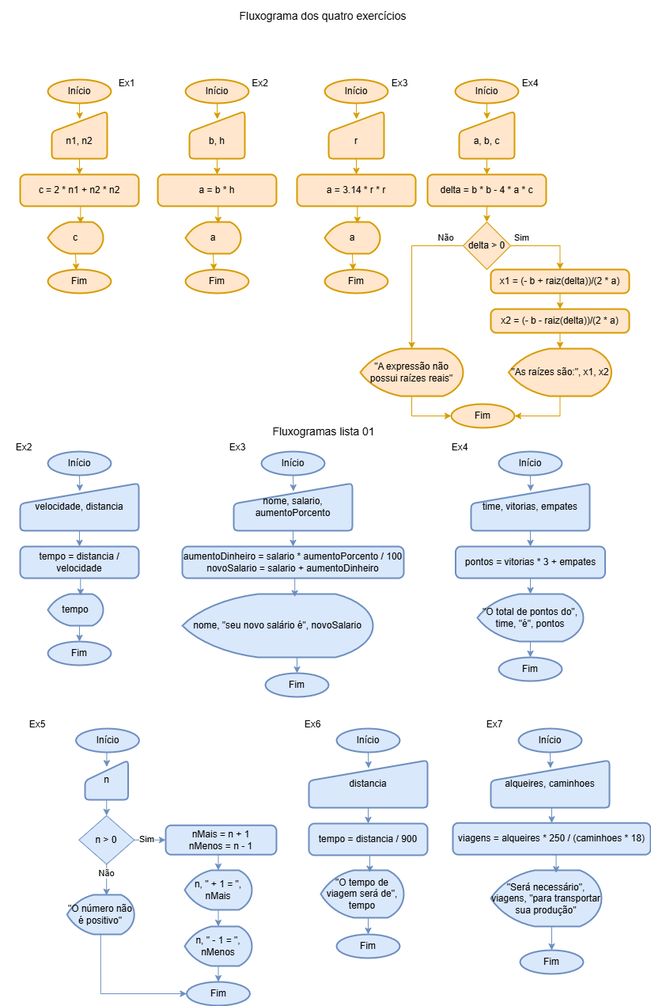
This is ds/turmas/1DES_A/LOP/aula03/fluxogramas.png from wellifabio/senai2026, a draw.io export, as it was before one commit. Source tidied: cells renumbered, new cells last; positions are measured from the earlier drawing's top-left corner, leaving out a move shared by most shapes.
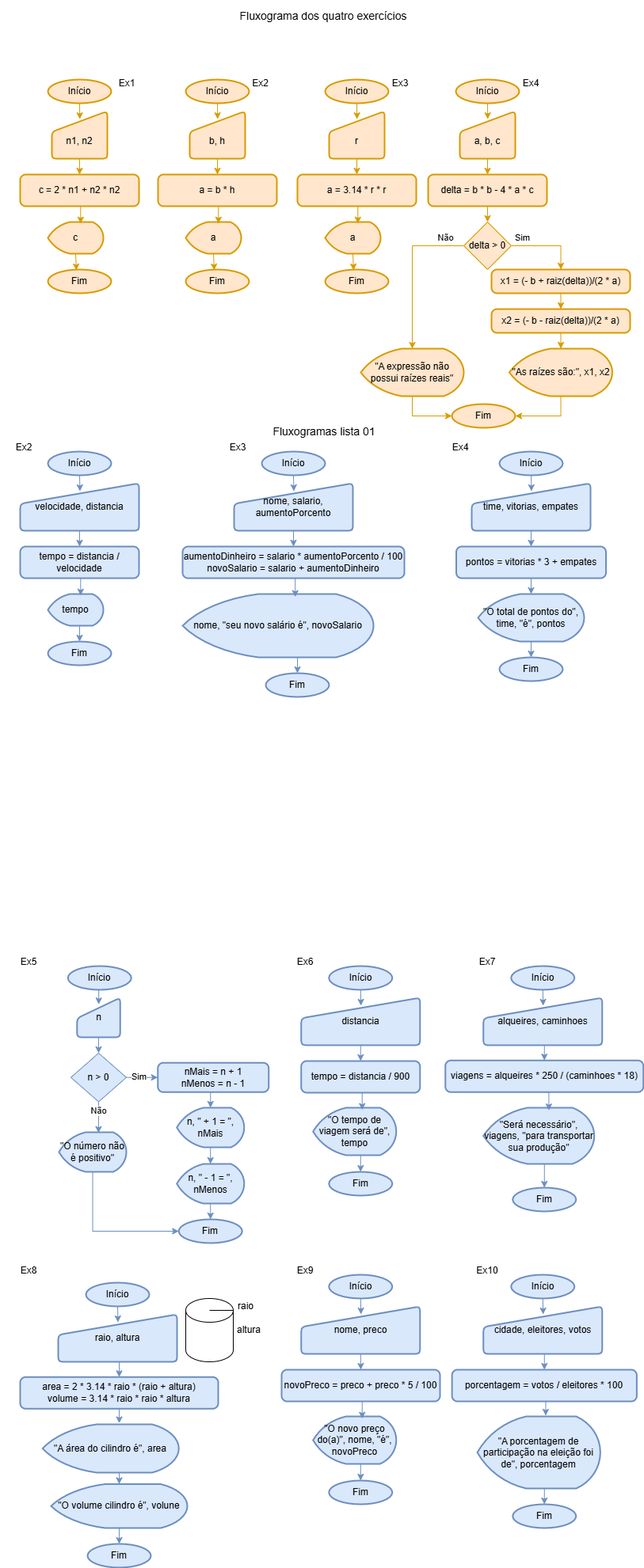
After the change.

Change to the diagram source:
```diff
@@ -248,3 +248,3 @@
     <mxCell id="83" value="Início" style="strokeWidth=2;html=1;shape=mxgraph.flowchart.start_1;whiteSpace=wrap;fillColor=#dae8fc;strokeColor=#6c8ebf;" parent="1" vertex="1">
-      <mxGeometry x="95.5" y="920" width="80" height="30" as="geometry" />
+      <mxGeometry x="85.2" y="1220" width="80" height="30" as="geometry" />
     </mxCell>
@@ -254,12 +254,12 @@
     <mxCell id="85" value="&lt;div&gt;n&lt;/div&gt;" style="html=1;strokeWidth=2;shape=manualInput;whiteSpace=wrap;rounded=1;size=26;arcSize=11;fillColor=#dae8fc;strokeColor=#6c8ebf;" parent="1" vertex="1">
-      <mxGeometry x="107" y="960" width="54.5" height="50" as="geometry" />
+      <mxGeometry x="96.8" y="1260" width="54.5" height="50" as="geometry" />
     </mxCell>
     <mxCell id="86" value="nMais = n + 1&lt;div&gt;nMenos = n - 1&lt;/div&gt;" style="rounded=1;whiteSpace=wrap;html=1;absoluteArcSize=1;arcSize=14;strokeWidth=2;fillColor=#dae8fc;strokeColor=#6c8ebf;" parent="1" vertex="1">
-      <mxGeometry x="209" y="1042.2" width="140" height="37" as="geometry" />
+      <mxGeometry x="198.8" y="1342.2" width="140" height="37" as="geometry" />
     </mxCell>
     <mxCell id="87" value="n, &quot; + 1 = &quot;, nMais" style="strokeWidth=2;html=1;shape=mxgraph.flowchart.display;whiteSpace=wrap;fillColor=#dae8fc;strokeColor=#6c8ebf;" parent="1" vertex="1">
-      <mxGeometry x="233" y="1099" width="85" height="50" as="geometry" />
+      <mxGeometry x="222.8" y="1399" width="85" height="50" as="geometry" />
     </mxCell>
     <mxCell id="88" value="Fim" style="strokeWidth=2;html=1;shape=mxgraph.flowchart.start_1;whiteSpace=wrap;fillColor=#dae8fc;strokeColor=#6c8ebf;" parent="1" vertex="1">
-      <mxGeometry x="235.5" y="1240" width="80" height="30" as="geometry" />
+      <mxGeometry x="225.2" y="1540" width="80" height="30" as="geometry" />
     </mxCell>
@@ -275,3 +275,3 @@
     <mxCell id="92" value="Ex5" style="text;html=1;whiteSpace=wrap;align=center;verticalAlign=middle;rounded=0;" parent="1" vertex="1">
-      <mxGeometry x="16.5" y="900" width="60" height="30" as="geometry" />
+      <mxGeometry x="6.2" y="1200" width="60" height="30" as="geometry" />
     </mxCell>
@@ -280,4 +280,4 @@
         <Array as="points">
-          <mxPoint x="175" y="1060" />
-          <mxPoint x="175" y="1060" />
+          <mxPoint x="164.8" y="1360" />
+          <mxPoint x="164.8" y="1360" />
         </Array>
@@ -286,6 +286,6 @@
     <mxCell id="94" value="n &amp;gt; 0" style="rhombus;whiteSpace=wrap;html=1;fillColor=#dae8fc;strokeColor=#6c8ebf;" parent="1" vertex="1">
-      <mxGeometry x="99.2" y="1030" width="70" height="61.5" as="geometry" />
+      <mxGeometry x="89" y="1330" width="70" height="61.5" as="geometry" />
     </mxCell>
     <mxCell id="95" value="n, &quot; - 1 = &quot;, nMenos" style="strokeWidth=2;html=1;shape=mxgraph.flowchart.display;whiteSpace=wrap;fillColor=#dae8fc;strokeColor=#6c8ebf;" parent="1" vertex="1">
-      <mxGeometry x="233" y="1170" width="85" height="50" as="geometry" />
+      <mxGeometry x="222.8" y="1470" width="85" height="50" as="geometry" />
     </mxCell>
@@ -295,3 +295,3 @@
     <mxCell id="97" value="&quot;O número não é positivo&quot;" style="strokeWidth=2;html=1;shape=mxgraph.flowchart.display;whiteSpace=wrap;fillColor=#dae8fc;strokeColor=#6c8ebf;" parent="1" vertex="1">
-      <mxGeometry x="84.2" y="1130" width="85" height="50" as="geometry" />
+      <mxGeometry x="74" y="1430" width="85" height="50" as="geometry" />
     </mxCell>
@@ -300,4 +300,4 @@
         <Array as="points">
-          <mxPoint x="135" y="1100" />
-          <mxPoint x="135" y="1100" />
+          <mxPoint x="124.8" y="1400" />
+          <mxPoint x="124.8" y="1400" />
         </Array>
@@ -309,3 +309,3 @@
     <mxCell id="100" value="Início" style="strokeWidth=2;html=1;shape=mxgraph.flowchart.start_1;whiteSpace=wrap;fillColor=#dae8fc;strokeColor=#6c8ebf;" parent="1" vertex="1">
-      <mxGeometry x="425" y="920" width="80" height="30" as="geometry" />
+      <mxGeometry x="414.8" y="1220" width="80" height="30" as="geometry" />
     </mxCell>
@@ -315,12 +315,12 @@
     <mxCell id="102" value="&lt;div&gt;distancia&lt;/div&gt;" style="html=1;strokeWidth=2;shape=manualInput;whiteSpace=wrap;rounded=1;size=26;arcSize=11;fillColor=#dae8fc;strokeColor=#6c8ebf;" parent="1" vertex="1">
-      <mxGeometry x="390" y="960" width="150" height="60" as="geometry" />
+      <mxGeometry x="379.8" y="1260" width="150" height="60" as="geometry" />
     </mxCell>
     <mxCell id="103" value="tempo = distancia / 900" style="rounded=1;whiteSpace=wrap;html=1;absoluteArcSize=1;arcSize=14;strokeWidth=2;fillColor=#dae8fc;strokeColor=#6c8ebf;" parent="1" vertex="1">
-      <mxGeometry x="390" y="1040" width="150" height="40" as="geometry" />
+      <mxGeometry x="379.8" y="1340" width="150" height="40" as="geometry" />
     </mxCell>
     <mxCell id="104" value="&quot;O tempo de viagem será de&quot;, tempo" style="strokeWidth=2;html=1;shape=mxgraph.flowchart.display;whiteSpace=wrap;fillColor=#dae8fc;strokeColor=#6c8ebf;" parent="1" vertex="1">
-      <mxGeometry x="405" y="1099" width="105" height="60" as="geometry" />
+      <mxGeometry x="394.8" y="1399" width="105" height="60" as="geometry" />
     </mxCell>
     <mxCell id="105" value="Fim" style="strokeWidth=2;html=1;shape=mxgraph.flowchart.start_1;whiteSpace=wrap;fillColor=#dae8fc;strokeColor=#6c8ebf;" parent="1" vertex="1">
-      <mxGeometry x="425" y="1180" width="80" height="30" as="geometry" />
+      <mxGeometry x="414.8" y="1480" width="80" height="30" as="geometry" />
     </mxCell>
@@ -336,6 +336,6 @@
     <mxCell id="109" value="Ex6" style="text;html=1;whiteSpace=wrap;align=center;verticalAlign=middle;rounded=0;" parent="1" vertex="1">
-      <mxGeometry x="365" y="900" width="60" height="30" as="geometry" />
+      <mxGeometry x="354.8" y="1200" width="60" height="30" as="geometry" />
     </mxCell>
     <mxCell id="110" value="Início" style="strokeWidth=2;html=1;shape=mxgraph.flowchart.start_1;whiteSpace=wrap;fillColor=#dae8fc;strokeColor=#6c8ebf;" parent="1" vertex="1">
-      <mxGeometry x="655" y="920" width="80" height="30" as="geometry" />
+      <mxGeometry x="644.8" y="1220" width="80" height="30" as="geometry" />
     </mxCell>
@@ -345,12 +345,12 @@
     <mxCell id="112" value="&lt;div&gt;alqueires, caminhoes&lt;/div&gt;" style="html=1;strokeWidth=2;shape=manualInput;whiteSpace=wrap;rounded=1;size=26;arcSize=11;fillColor=#dae8fc;strokeColor=#6c8ebf;" parent="1" vertex="1">
-      <mxGeometry x="620" y="960" width="150" height="60" as="geometry" />
+      <mxGeometry x="609.8" y="1260" width="150" height="60" as="geometry" />
     </mxCell>
     <mxCell id="113" value="viagens = alqueires * 250 / (caminhoes * 18)" style="rounded=1;whiteSpace=wrap;html=1;absoluteArcSize=1;arcSize=14;strokeWidth=2;fillColor=#dae8fc;strokeColor=#6c8ebf;" parent="1" vertex="1">
-      <mxGeometry x="572" y="1039.3" width="250" height="40" as="geometry" />
+      <mxGeometry x="561.8" y="1339.3" width="250" height="40" as="geometry" />
     </mxCell>
     <mxCell id="114" value="&quot;Será necessário&quot;, viagens, &quot;para transportar sua produção&quot;" style="strokeWidth=2;html=1;shape=mxgraph.flowchart.display;whiteSpace=wrap;fillColor=#dae8fc;strokeColor=#6c8ebf;" parent="1" vertex="1">
-      <mxGeometry x="620" y="1099" width="140" height="71" as="geometry" />
+      <mxGeometry x="609.8" y="1399" width="140" height="71" as="geometry" />
     </mxCell>
     <mxCell id="115" value="Fim" style="strokeWidth=2;html=1;shape=mxgraph.flowchart.start_1;whiteSpace=wrap;fillColor=#dae8fc;strokeColor=#6c8ebf;" parent="1" vertex="1">
-      <mxGeometry x="657" y="1200" width="80" height="30" as="geometry" />
+      <mxGeometry x="646.8" y="1500" width="80" height="30" as="geometry" />
     </mxCell>
@@ -366,4 +366,114 @@
     <mxCell id="119" value="Ex7" style="text;html=1;whiteSpace=wrap;align=center;verticalAlign=middle;rounded=0;" parent="1" vertex="1">
-      <mxGeometry x="595" y="900" width="60" height="30" as="geometry" />
+      <mxGeometry x="584.8" y="1200" width="60" height="30" as="geometry" />
     </mxCell>
+    <mxCell id="120" value="Ex8" style="text;html=1;whiteSpace=wrap;align=center;verticalAlign=middle;rounded=0;" parent="1" vertex="1">
+      <mxGeometry x="6.2" y="1590" width="60" height="30" as="geometry" />
+    </mxCell>
+    <mxCell id="121" value="Início" style="strokeWidth=2;html=1;shape=mxgraph.flowchart.start_1;whiteSpace=wrap;fillColor=#dae8fc;strokeColor=#6c8ebf;" parent="1" vertex="1">
+      <mxGeometry x="414.8" y="1610" width="80" height="30" as="geometry" />
+    </mxCell>
+    <mxCell id="122" style="edgeStyle=orthogonalEdgeStyle;rounded=0;jettySize=auto;html=1;exitX=0.5;exitY=1;exitDx=0;exitDy=0;entryX=0.5;entryY=0;entryDx=0;entryDy=0;fillColor=#dae8fc;strokeColor=#6c8ebf;" parent="1" edge="1" source="123" target="124">
+      <mxGeometry relative="1" as="geometry" />
+    </mxCell>
+    <mxCell id="123" value="&lt;div&gt;nome, preco&lt;/div&gt;" style="html=1;strokeWidth=2;shape=manualInput;whiteSpace=wrap;rounded=1;size=26;arcSize=11;fillColor=#dae8fc;strokeColor=#6c8ebf;" parent="1" vertex="1">
+      <mxGeometry x="379.8" y="1650" width="150" height="60" as="geometry" />
+    </mxCell>
+    <mxCell id="124" value="novoPreco = preco + preco * 5 / 100" style="rounded=1;whiteSpace=wrap;html=1;absoluteArcSize=1;arcSize=14;strokeWidth=2;fillColor=#dae8fc;strokeColor=#6c8ebf;" parent="1" vertex="1">
+      <mxGeometry x="355" y="1730" width="200" height="40" as="geometry" />
+    </mxCell>
+    <mxCell id="125" value="&quot;O novo preço do(a)&quot;, nome, &quot;é&quot;, novoPreco" style="strokeWidth=2;html=1;shape=mxgraph.flowchart.display;whiteSpace=wrap;fillColor=#dae8fc;strokeColor=#6c8ebf;" parent="1" vertex="1">
+      <mxGeometry x="394.8" y="1789" width="105" height="60" as="geometry" />
+    </mxCell>
+    <mxCell id="126" value="Fim" style="strokeWidth=2;html=1;shape=mxgraph.flowchart.start_1;whiteSpace=wrap;fillColor=#dae8fc;strokeColor=#6c8ebf;" parent="1" vertex="1">
+      <mxGeometry x="414.8" y="1870" width="80" height="30" as="geometry" />
+    </mxCell>
+    <mxCell id="127" style="edgeStyle=orthogonalEdgeStyle;rounded=0;jettySize=auto;html=1;exitX=0.5;exitY=1;exitDx=0;exitDy=0;exitPerimeter=0;entryX=0.503;entryY=0.167;entryDx=0;entryDy=0;entryPerimeter=0;fillColor=#dae8fc;strokeColor=#6c8ebf;" parent="1" edge="1" source="121" target="123">
+      <mxGeometry relative="1" as="geometry" />
+    </mxCell>
+    <mxCell id="128" style="edgeStyle=orthogonalEdgeStyle;rounded=0;jettySize=auto;html=1;exitX=0.5;exitY=1;exitDx=0;exitDy=0;entryX=0.59;entryY=0.046;entryDx=0;entryDy=0;entryPerimeter=0;fillColor=#dae8fc;strokeColor=#6c8ebf;" parent="1" edge="1" source="124" target="125">
+      <mxGeometry relative="1" as="geometry" />
+    </mxCell>
+    <mxCell id="129" style="edgeStyle=orthogonalEdgeStyle;rounded=0;jettySize=auto;html=1;exitX=0.5;exitY=1;exitDx=0;exitDy=0;exitPerimeter=0;entryX=0.5;entryY=0;entryDx=0;entryDy=0;entryPerimeter=0;fillColor=#dae8fc;strokeColor=#6c8ebf;" parent="1" edge="1" source="125" target="126">
+      <mxGeometry relative="1" as="geometry" />
+    </mxCell>
+    <mxCell id="130" value="Ex9" style="text;html=1;whiteSpace=wrap;align=center;verticalAlign=middle;rounded=0;" parent="1" vertex="1">
+      <mxGeometry x="354.8" y="1590" width="60" height="30" as="geometry" />
+    </mxCell>
+    <mxCell id="131" value="Início" style="strokeWidth=2;html=1;shape=mxgraph.flowchart.start_1;whiteSpace=wrap;fillColor=#dae8fc;strokeColor=#6c8ebf;" parent="1" vertex="1">
+      <mxGeometry x="644.8" y="1610" width="80" height="30" as="geometry" />
+    </mxCell>
+    <mxCell id="132" style="edgeStyle=orthogonalEdgeStyle;rounded=0;jettySize=auto;html=1;exitX=0.5;exitY=1;exitDx=0;exitDy=0;entryX=0.5;entryY=0;entryDx=0;entryDy=0;fillColor=#dae8fc;strokeColor=#6c8ebf;" parent="1" edge="1" source="133" target="134">
+      <mxGeometry relative="1" as="geometry" />
+    </mxCell>
+    <mxCell id="133" value="&lt;div&gt;cidade, eleitores, votos&lt;/div&gt;" style="html=1;strokeWidth=2;shape=manualInput;whiteSpace=wrap;rounded=1;size=26;arcSize=11;fillColor=#dae8fc;strokeColor=#6c8ebf;" parent="1" vertex="1">
+      <mxGeometry x="609.8" y="1650" width="150" height="60" as="geometry" />
+    </mxCell>
+    <mxCell id="134" value="porcentagem = votos / eleitores * 100" style="rounded=1;whiteSpace=wrap;html=1;absoluteArcSize=1;arcSize=14;strokeWidth=2;fillColor=#dae8fc;strokeColor=#6c8ebf;" parent="1" vertex="1">
+      <mxGeometry x="570.1" y="1730" width="233.2" height="40" as="geometry" />
+    </mxCell>
+    <mxCell id="135" value="&quot;A porcentagem de participação na eleição foi de&quot;, porcentagem" style="strokeWidth=2;html=1;shape=mxgraph.flowchart.display;whiteSpace=wrap;fillColor=#dae8fc;strokeColor=#6c8ebf;" parent="1" vertex="1">
+      <mxGeometry x="602.1" y="1789" width="155.2" height="91" as="geometry" />
+    </mxCell>
+    <mxCell id="136" value="Fim" style="strokeWidth=2;html=1;shape=mxgraph.flowchart.start_1;whiteSpace=wrap;fillColor=#dae8fc;strokeColor=#6c8ebf;" parent="1" vertex="1">
+      <mxGeometry x="646.8" y="1900" width="80" height="30" as="geometry" />
+    </mxCell>
+    <mxCell id="137" style="edgeStyle=orthogonalEdgeStyle;rounded=0;jettySize=auto;html=1;exitX=0.5;exitY=1;exitDx=0;exitDy=0;exitPerimeter=0;entryX=0.503;entryY=0.167;entryDx=0;entryDy=0;entryPerimeter=0;fillColor=#dae8fc;strokeColor=#6c8ebf;" parent="1" edge="1" source="131" target="133">
+      <mxGeometry relative="1" as="geometry" />
+    </mxCell>
+    <mxCell id="138" style="edgeStyle=orthogonalEdgeStyle;rounded=0;jettySize=auto;html=1;exitX=0.5;exitY=1;exitDx=0;exitDy=0;entryX=0.556;entryY=-0.011;entryDx=0;entryDy=0;entryPerimeter=0;fillColor=#dae8fc;strokeColor=#6c8ebf;" parent="1" edge="1" source="134" target="135">
+      <mxGeometry relative="1" as="geometry" />
+    </mxCell>
+    <mxCell id="139" style="edgeStyle=orthogonalEdgeStyle;rounded=0;jettySize=auto;html=1;exitX=0.5;exitY=1;exitDx=0;exitDy=0;exitPerimeter=0;entryX=0.5;entryY=0;entryDx=0;entryDy=0;entryPerimeter=0;fillColor=#dae8fc;strokeColor=#6c8ebf;" parent="1" edge="1" source="135" target="136">
+      <mxGeometry relative="1" as="geometry" />
+    </mxCell>
+    <mxCell id="140" value="Ex10" style="text;html=1;whiteSpace=wrap;align=center;verticalAlign=middle;rounded=0;" parent="1" vertex="1">
+      <mxGeometry x="584.8" y="1590" width="60" height="30" as="geometry" />
+    </mxCell>
+    <mxCell id="141" style="edgeStyle=orthogonalEdgeStyle;rounded=0;jettySize=auto;html=1;exitX=0.5;exitY=1;exitDx=0;exitDy=0;entryX=0.5;entryY=0;entryDx=0;entryDy=0;fillColor=#dae8fc;strokeColor=#6c8ebf;" parent="1" edge="1" source="142" target="143">
+      <mxGeometry relative="1" as="geometry" />
+    </mxCell>
+    <mxCell id="142" value="&lt;div&gt;raio, altura&lt;/div&gt;" style="html=1;strokeWidth=2;shape=manualInput;whiteSpace=wrap;rounded=1;size=26;arcSize=11;fillColor=#dae8fc;strokeColor=#6c8ebf;" parent="1" vertex="1">
+      <mxGeometry x="73" y="1660" width="150" height="60" as="geometry" />
+    </mxCell>
+    <mxCell id="143" value="area = 2 * 3.14 * raio * (raio + altura)&lt;div&gt;volume = 3.14 * raio * raio * altura&lt;/div&gt;" style="rounded=1;whiteSpace=wrap;html=1;absoluteArcSize=1;arcSize=14;strokeWidth=2;fillColor=#dae8fc;strokeColor=#6c8ebf;" parent="1" vertex="1">
+      <mxGeometry x="25" y="1739.3" width="250" height="40" as="geometry" />
+    </mxCell>
+    <mxCell id="144" value="&quot;A área do cilindro é&quot;, area" style="strokeWidth=2;html=1;shape=mxgraph.flowchart.display;whiteSpace=wrap;fillColor=#dae8fc;strokeColor=#6c8ebf;" parent="1" vertex="1">
+      <mxGeometry x="53.2" y="1799" width="172" height="61" as="geometry" />
+    </mxCell>
+    <mxCell id="145" value="Fim" style="strokeWidth=2;html=1;shape=mxgraph.flowchart.start_1;whiteSpace=wrap;fillColor=#dae8fc;strokeColor=#6c8ebf;" parent="1" vertex="1">
+      <mxGeometry x="110" y="1950" width="80" height="30" as="geometry" />
+    </mxCell>
+    <mxCell id="146" style="edgeStyle=orthogonalEdgeStyle;rounded=0;jettySize=auto;html=1;exitX=0.5;exitY=1;exitDx=0;exitDy=0;exitPerimeter=0;entryX=0.503;entryY=0.167;entryDx=0;entryDy=0;entryPerimeter=0;fillColor=#dae8fc;strokeColor=#6c8ebf;" parent="1" edge="1" source="149" target="142">
+      <mxGeometry relative="1" as="geometry" />
+    </mxCell>
+    <mxCell id="147" style="edgeStyle=orthogonalEdgeStyle;rounded=0;jettySize=auto;html=1;exitX=0.5;exitY=1;exitDx=0;exitDy=0;entryX=0.563;entryY=-0.024;entryDx=0;entryDy=0;entryPerimeter=0;fillColor=#dae8fc;strokeColor=#6c8ebf;" parent="1" edge="1" source="143" target="144">
+      <mxGeometry relative="1" as="geometry" />
+    </mxCell>
+    <mxCell id="148" style="edgeStyle=orthogonalEdgeStyle;rounded=0;jettySize=auto;html=1;exitX=0.5;exitY=1;exitDx=0;exitDy=0;exitPerimeter=0;entryX=0.5;entryY=0;entryDx=0;entryDy=0;entryPerimeter=0;fillColor=#dae8fc;strokeColor=#6c8ebf;" parent="1" edge="1" source="144" target="154">
+      <mxGeometry relative="1" as="geometry" />
+    </mxCell>
+    <mxCell id="149" value="Início" style="strokeWidth=2;html=1;shape=mxgraph.flowchart.start_1;whiteSpace=wrap;fillColor=#dae8fc;strokeColor=#6c8ebf;" parent="1" vertex="1">
+      <mxGeometry x="108" y="1620" width="80" height="30" as="geometry" />
+    </mxCell>
+    <mxCell id="150" style="shape=cylinder3;whiteSpace=wrap;html=1;boundedLbl=1;backgroundOutline=1;size=15;" parent="1" vertex="1">
+      <mxGeometry x="234" y="1640" width="60" height="80" as="geometry" />
+    </mxCell>
+    <mxCell id="151" style="endArrow=none;html=1;rounded=0;exitX=1;exitY=0;exitDx=0;exitDy=15;exitPerimeter=0;entryX=0;entryY=0;entryDx=0;entryDy=15;entryPerimeter=0;" parent="1" edge="1" source="150">
+      <mxGeometry relative="1" as="geometry">
+        <mxPoint x="264" y="1655" as="targetPoint" />
+      </mxGeometry>
+    </mxCell>
+    <mxCell id="152" value="raio" style="text;html=1;whiteSpace=wrap;strokeColor=none;fillColor=none;align=center;verticalAlign=middle;rounded=0;" parent="1" vertex="1">
+      <mxGeometry x="290" y="1640" width="40" height="20" as="geometry" />
+    </mxCell>
+    <mxCell id="153" value="altura" style="text;html=1;whiteSpace=wrap;strokeColor=none;fillColor=none;align=center;verticalAlign=middle;rounded=0;" parent="1" vertex="1">
+      <mxGeometry x="294" y="1670" width="40" height="20" as="geometry" />
+    </mxCell>
+    <mxCell id="154" value="&quot;O volume cilindro é&quot;, volune" style="strokeWidth=2;html=1;shape=mxgraph.flowchart.display;whiteSpace=wrap;fillColor=#dae8fc;strokeColor=#6c8ebf;" parent="1" vertex="1">
+      <mxGeometry x="64" y="1874.5" width="172" height="55.5" as="geometry" />
+    </mxCell>
+    <mxCell id="155" style="edgeStyle=orthogonalEdgeStyle;rounded=0;jettySize=auto;html=1;exitX=0.5;exitY=1;exitDx=0;exitDy=0;exitPerimeter=0;entryX=0.5;entryY=0;entryDx=0;entryDy=0;entryPerimeter=0;fillColor=#dae8fc;strokeColor=#6c8ebf;" parent="1" edge="1" source="154" target="145">
+      <mxGeometry relative="1" as="geometry" />
+    </mxCell>
   </root>
```
